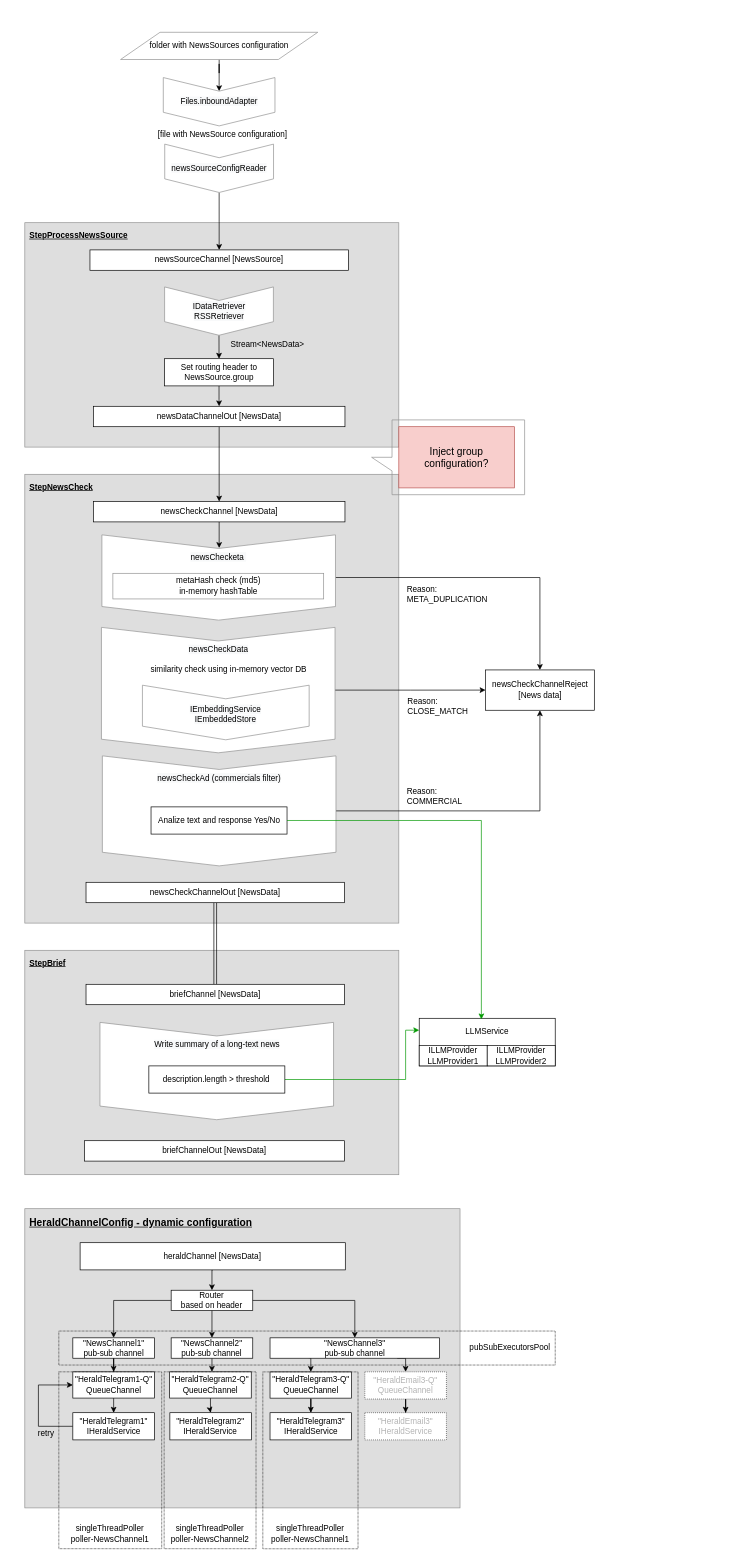
Before: doc/llmka_flow_schema.drawio in Sevick/llmka, a draw.io diagram. Source tidied: cells renumbered, new cells numbered last; positions are measured from the earlier drawing's top-left corner, leaving out a move shared by most shapes. Both pictures are drawn from the tidied source at 68%, with x=0, y=0 at pixel (24, 32).
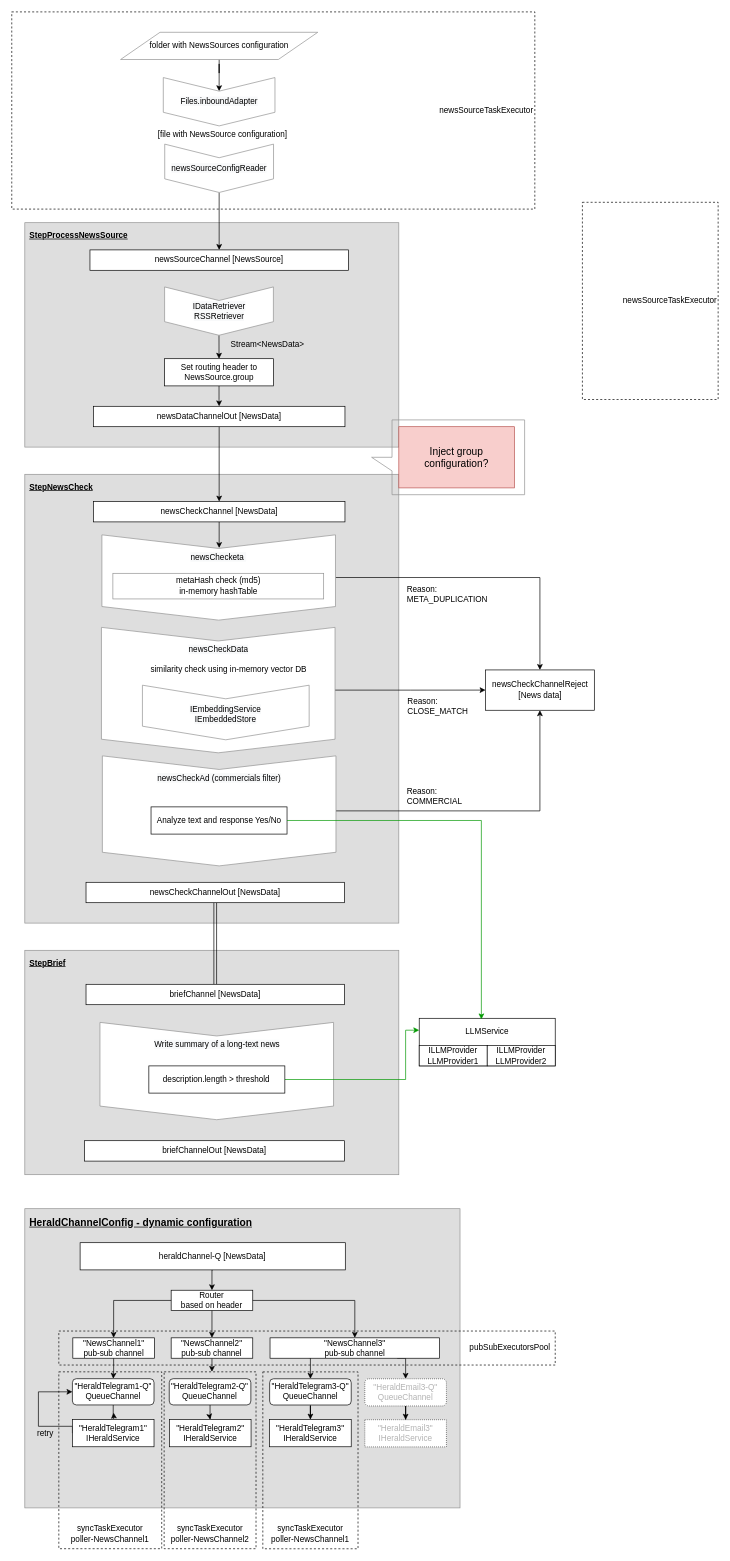
The same page after the edit.

Change to the diagram source:
```diff
@@
+    <mxCell id="80" value="syncTaskExecutor&lt;br&gt;poller-NewsChannel1" style="rounded=0;whiteSpace=wrap;html=1;dashed=1;labelBackgroundColor=none;fillColor=none;fontColor=#000000;align=center;verticalAlign=bottom;spacingBottom=5;" parent="1" vertex="1">
+      <mxGeometry x="350" y="1970" width="140" height="260.1" as="geometry" />
+    </mxCell>
+    <mxCell id="79" value="syncTaskExecutor&lt;br&gt;poller-NewsChannel2" style="rounded=0;whiteSpace=wrap;html=1;dashed=1;labelBackgroundColor=none;fillColor=none;fontColor=#000000;align=center;verticalAlign=bottom;spacingBottom=5;" parent="1" vertex="1">
+      <mxGeometry x="204.9" y="1969.9" width="135.1" height="260.1" as="geometry" />
+    </mxCell>
+    <mxCell id="78" value="syncTaskExecutor&lt;br&gt;poller-NewsChannel1" style="rounded=0;whiteSpace=wrap;html=1;dashed=1;labelBackgroundColor=none;fillColor=none;fontColor=#000000;align=center;verticalAlign=bottom;spacingBottom=5;" parent="1" vertex="1">
+      <mxGeometry x="50" y="1969.9" width="151.3" height="260.1" as="geometry" />
+    </mxCell>
-    <mxCell id="3" value="pubSubExecutorsPool" style="rounded=0;whiteSpace=wrap;html=1;fontColor=#000000;dashed=1;dashPattern=1 1;align=right;spacingLeft=5;labelBackgroundColor=none;fillColor=none;spacingRight=5;" parent="1" vertex="1">
+    <mxCell id="3" value="pubSubExecutorsPool" style="rounded=0;whiteSpace=wrap;html=1;fontColor=#000000;dashed=1;align=right;spacingLeft=5;labelBackgroundColor=none;fillColor=none;spacingRight=5;" parent="1" vertex="1">
       <mxGeometry x="50" y="1909.9" width="730" height="50" as="geometry" />
     </mxCell>
@@
     <mxCell id="29" value="&quot;HeraldTelegram2&quot;&lt;br&gt;IHeraldService" style="rounded=0;whiteSpace=wrap;html=1;" parent="1" vertex="1">
-      <mxGeometry x="213.3" y="2030" width="120" height="40" as="geometry" />
+      <mxGeometry x="212.7" y="2040.1" width="120" height="40" as="geometry" />
     </mxCell>
-    <mxCell id="30" style="edgeStyle=orthogonalEdgeStyle;rounded=0;jettySize=auto;html=1;entryX=0;entryY=0.5;entryDx=0;entryDy=0;exitX=0;exitY=0.5;exitDx=0;exitDy=0;" parent="1" edge="1" source="33" target="48">
+    <mxCell id="30" style="edgeStyle=orthogonalEdgeStyle;rounded=0;jettySize=auto;html=1;exitX=0;exitY=0.5;exitDx=0;exitDy=0;entryX=0;entryY=0.5;entryDx=0;entryDy=0;" parent="1" edge="1" source="33" target="48">
       <mxGeometry relative="1" as="geometry">
         <Array as="points">
+          <mxPoint x="70" y="2050" />
           <mxPoint x="20" y="2050" />
-          <mxPoint x="20" y="1989" />
+          <mxPoint x="20" y="1999" />
         </Array>
       </mxGeometry>
     </mxCell>
     <mxCell id="31" value="retry" style="text;html=1;align=center;verticalAlign=middle;labelBackgroundColor=none;" parent="30" vertex="1">
       <mxGeometry x="-0.43" y="15" relative="1" as="geometry">
-        <mxPoint x="5.6" y="-5" as="offset" />
+        <mxPoint x="-4.5" y="-4.9" as="offset" />
       </mxGeometry>
     </mxCell>
     <mxCell id="32" value="&quot;HeraldTelegram3&quot;&lt;br&gt;IHeraldService&lt;br&gt;" style="rounded=0;whiteSpace=wrap;html=1;" parent="1" vertex="1">
-      <mxGeometry x="360.6" y="2030" width="120" height="40" as="geometry" />
+      <mxGeometry x="360" y="2040.1" width="120" height="40" as="geometry" />
     </mxCell>
     <mxCell id="33" value="&quot;HeraldTelegram1&quot;&lt;br&gt;IHeraldService&lt;br&gt;" style="rounded=0;whiteSpace=wrap;html=1;" parent="1" vertex="1">
-      <mxGeometry x="70.6" y="2030" width="120" height="40" as="geometry" />
+      <mxGeometry x="70" y="2040.1" width="120" height="40" as="geometry" />
     </mxCell>
@@
-    <mxCell id="46" value="heraldChannel [NewsData]" style="rounded=0;whiteSpace=wrap;html=1;" parent="1" vertex="1">
+    <mxCell id="46" value="heraldChannel-Q [NewsData]" style="rounded=0;whiteSpace=wrap;html=1;" parent="1" vertex="1">
       <mxGeometry x="81.3" y="1780" width="390" height="40" as="geometry" />
     </mxCell>
@@
-    <mxCell id="48" value="&quot;HeraldTelegram1-Q&quot;&lt;br&gt;QueueChannel" style="rounded=0;whiteSpace=wrap;html=1;" parent="1" vertex="1">
-      <mxGeometry x="70.6" y="1969.9" width="120" height="38.6" as="geometry" />
+    <mxCell id="48" value="&quot;HeraldTelegram1-Q&quot;&lt;br&gt;QueueChannel" style="rounded=1;whiteSpace=wrap;html=1;" parent="1" vertex="1">
+      <mxGeometry x="70" y="1980" width="120" height="38.6" as="geometry" />
     </mxCell>
@@
-    <mxCell id="50" value="&quot;HeraldTelegram2-Q&quot;&lt;br&gt;QueueChannel" style="rounded=0;whiteSpace=wrap;html=1;" parent="1" vertex="1">
-      <mxGeometry x="213" y="1969.9" width="120" height="38.6" as="geometry" />
+    <mxCell id="50" value="&quot;HeraldTelegram2-Q&quot;&lt;br&gt;QueueChannel" style="rounded=1;whiteSpace=wrap;html=1;" parent="1" vertex="1">
+      <mxGeometry x="212.4" y="1980" width="120" height="38.6" as="geometry" />
     </mxCell>
@@
-    <mxCell id="52" value="&quot;HeraldTelegram3-Q&quot;&lt;br&gt;QueueChannel" style="rounded=0;whiteSpace=wrap;html=1;" parent="1" vertex="1">
-      <mxGeometry x="360.6" y="1970" width="120" height="38.6" as="geometry" />
+    <mxCell id="52" value="&quot;HeraldTelegram3-Q&quot;&lt;br&gt;QueueChannel" style="rounded=1;whiteSpace=wrap;html=1;" parent="1" vertex="1">
+      <mxGeometry x="360" y="1980.1" width="120" height="38.6" as="geometry" />
     </mxCell>
@@
-    <mxCell id="68" value="Analize text and response Yes/No" style="rounded=0;whiteSpace=wrap;html=1;verticalAlign=middle;spacingTop=0;" parent="1" vertex="1">
+    <mxCell id="68" value="Analyze text and response Yes/No" style="rounded=0;whiteSpace=wrap;html=1;verticalAlign=middle;spacingTop=0;" parent="1" vertex="1">
       <mxGeometry x="185.6" y="1139.1" width="200" height="40" as="geometry" />
     </mxCell>
@@
     <mxCell id="72" value="&quot;HeraldEmail3&quot;&lt;br&gt;IHeraldService" style="rounded=0;whiteSpace=wrap;html=1;dashed=1;dashPattern=1 2;fontColor=#B3B3B3;" parent="1" vertex="1">
-      <mxGeometry x="500" y="2030" width="120" height="40" as="geometry" />
+      <mxGeometry x="500" y="2040.3" width="120" height="40" as="geometry" />
     </mxCell>
@@
-    <mxCell id="74" value="&quot;HeraldEmail3-Q&quot;&lt;br&gt;QueueChannel" style="rounded=0;whiteSpace=wrap;html=1;dashed=1;dashPattern=1 2;fontColor=#B3B3B3;" parent="1" vertex="1">
-      <mxGeometry x="500" y="1969.9" width="120" height="40" as="geometry" />
+    <mxCell id="74" value="&quot;HeraldEmail3-Q&quot;&lt;br&gt;QueueChannel" style="rounded=1;whiteSpace=wrap;html=1;dashed=1;dashPattern=1 2;fontColor=#B3B3B3;" parent="1" vertex="1">
+      <mxGeometry x="500" y="1980.1" width="120" height="40" as="geometry" />
     </mxCell>
@@
-    <mxCell id="78" value="singleThreadPoller&lt;br&gt;poller-NewsChannel1" style="rounded=0;whiteSpace=wrap;html=1;dashed=1;dashPattern=1 1;labelBackgroundColor=none;fillColor=none;fontColor=#000000;align=center;verticalAlign=bottom;spacingBottom=5;" parent="1" vertex="1">
-      <mxGeometry x="50" y="1969.9" width="151.3" height="260.1" as="geometry" />
-    </mxCell>
-    <mxCell id="79" value="singleThreadPoller&lt;br&gt;poller-NewsChannel2" style="rounded=0;whiteSpace=wrap;html=1;dashed=1;dashPattern=1 1;labelBackgroundColor=none;fillColor=none;fontColor=#000000;align=center;verticalAlign=bottom;spacingBottom=5;" parent="1" vertex="1">
-      <mxGeometry x="204.9" y="1969.9" width="135.1" height="260.1" as="geometry" />
-    </mxCell>
-    <mxCell id="80" value="singleThreadPoller&lt;br&gt;poller-NewsChannel1" style="rounded=0;whiteSpace=wrap;html=1;dashed=1;dashPattern=1 1;labelBackgroundColor=none;fillColor=none;fontColor=#000000;align=center;verticalAlign=bottom;spacingBottom=5;" parent="1" vertex="1">
-      <mxGeometry x="350" y="1970" width="140" height="260.1" as="geometry" />
-    </mxCell>
+    <mxCell id="81" value="newsSourceTaskExecutor" style="rounded=0;whiteSpace=wrap;html=1;fillColor=none;dashed=1;align=right;" parent="1" vertex="1">
+      <mxGeometry x="-19.2" y="-30" width="769.2" height="290" as="geometry" />
+    </mxCell>
+    <mxCell id="82" value="newsSourceTaskExecutor" style="rounded=0;whiteSpace=wrap;html=1;fillColor=none;dashed=1;align=right;" parent="1" vertex="1">
+      <mxGeometry x="820" y="250" width="199.6" height="290" as="geometry" />
+    </mxCell>
```
